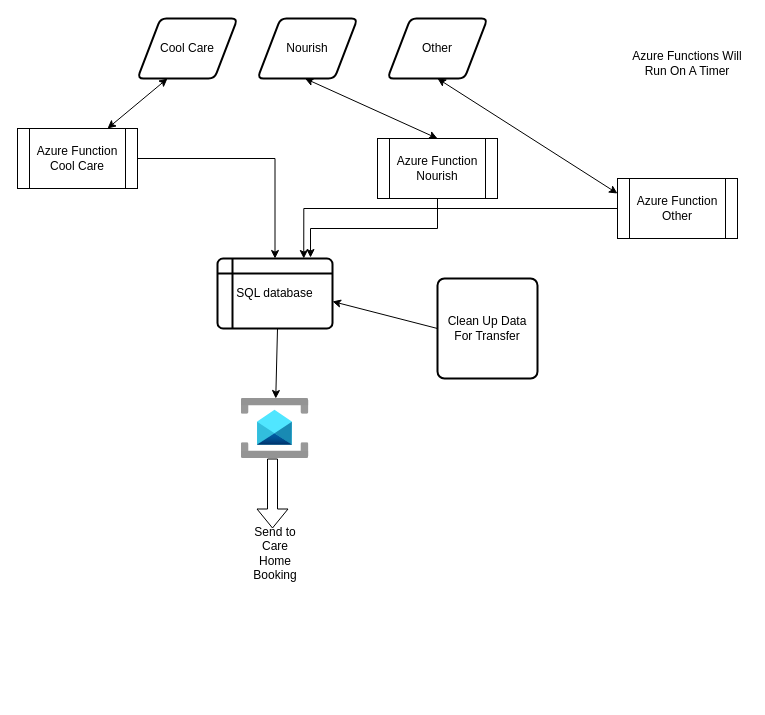
mattwatts36/drawings keeps this draw.io diagram as CareHomeBookingProcessor.drawio. Above is the earlier version. Source tidied: cells renumbered, new cells numbered last; positions are measured from the earlier drawing's top-left corner, leaving out a move shared by most shapes. Both pictures are drawn from the tidied source at 100%, with x=0, y=0 at pixel (17, 18).
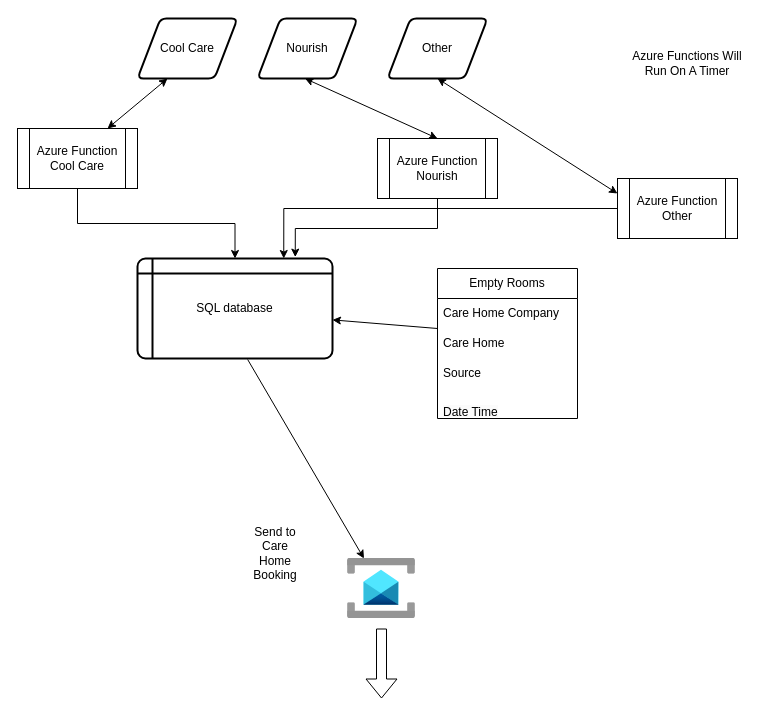
Above is the later version.

Commit message:
Added SQL Table details

The edit, as a diff of the source:
```diff
@@
     <mxCell id="5" value="SQL database" style="shape=internalStorage;whiteSpace=wrap;html=1;dx=15;dy=15;rounded=1;arcSize=8;strokeWidth=2;" parent="1" vertex="1">
-      <mxGeometry x="200" y="240" width="115" height="70" as="geometry" />
+      <mxGeometry x="120" y="240" width="195" height="100" as="geometry" />
     </mxCell>
     <mxCell id="6" style="html=1;points=[];align=center;image;fontSize=12;image=img/lib/azure2/integration/Service_Bus.svg;" parent="1" vertex="1">
-      <mxGeometry x="223.5" y="380" width="68" height="60" as="geometry" />
+      <mxGeometry x="330" y="540" width="68" height="60" as="geometry" />
     </mxCell>
@@
-    <mxCell id="8" style="endArrow=classic;html=1;rounded=0;" parent="1" edge="1" target="6">
-      <mxGeometry relative="1" as="geometry">
-        <mxPoint x="260" y="310" as="sourcePoint" />
-      </mxGeometry>
+    <mxCell id="8" style="endArrow=classic;html=1;rounded=0;exitX=0.565;exitY=1.01;exitDx=0;exitDy=0;exitPerimeter=0;" parent="1" edge="1" source="5" target="6">
+      <mxGeometry relative="1" as="geometry" />
     </mxCell>
     <mxCell id="9" style="shape=flexArrow;endArrow=classic;html=1;rounded=0;" parent="1" edge="1">
       <mxGeometry relative="1" as="geometry">
-        <mxPoint x="255" y="440" as="sourcePoint" />
-        <mxPoint x="255" y="510" as="targetPoint" />
+        <mxPoint x="364" y="610" as="sourcePoint" />
+        <mxPoint x="364" y="680" as="targetPoint" />
       </mxGeometry>
     </mxCell>
@@
-    <mxCell id="11" value="Clean Up Data For Transfer" style="rounded=1;whiteSpace=wrap;html=1;absoluteArcSize=1;arcSize=14;strokeWidth=2;" parent="1" vertex="1">
-      <mxGeometry x="420" y="260" width="100" height="100" as="geometry" />
-    </mxCell>
-    <mxCell id="12" style="endArrow=classic;html=1;rounded=0;exitX=0;exitY=0.5;exitDx=0;exitDy=0;entryX=1;entryY=0.614;entryDx=0;entryDy=0;entryPerimeter=0;" parent="1" edge="1" source="11" target="5">
-      <mxGeometry relative="1" as="geometry" />
+    <mxCell id="12" style="endArrow=classic;html=1;rounded=0;exitX=0;exitY=0.5;exitDx=0;exitDy=0;entryX=1;entryY=0.614;entryDx=0;entryDy=0;entryPerimeter=0;" parent="1" edge="1" target="5">
+      <mxGeometry relative="1" as="geometry">
+        <mxPoint x="420" y="310" as="sourcePoint" />
+      </mxGeometry>
     </mxCell>
@@
+    <mxCell id="22" value="Empty Rooms" style="swimlane;fontStyle=0;horizontal=1;startSize=30;whiteSpace=wrap;html=1;" parent="1" vertex="1">
+      <mxGeometry x="420" y="250" width="140" height="150" as="geometry" />
+    </mxCell>
+    <mxCell id="23" value="Care Home Company" style="text;strokeColor=none;fillColor=none;align=left;verticalAlign=middle;spacingLeft=4;spacingRight=4;overflow=hidden;whiteSpace=wrap;html=1;" parent="22" vertex="1">
+      <mxGeometry y="30" width="140" height="30" as="geometry" />
+    </mxCell>
+    <mxCell id="24" value="Care Home" style="text;strokeColor=none;fillColor=none;align=left;verticalAlign=middle;spacingLeft=4;spacingRight=4;overflow=hidden;whiteSpace=wrap;html=1;" parent="22" vertex="1">
+      <mxGeometry y="60" width="140" height="30" as="geometry" />
+    </mxCell>
+    <mxCell id="25" value="Source" style="text;strokeColor=none;fillColor=none;align=left;verticalAlign=middle;spacingLeft=4;spacingRight=4;overflow=hidden;whiteSpace=wrap;html=1;" parent="22" vertex="1">
+      <mxGeometry y="90" width="140" height="30" as="geometry" />
+    </mxCell>
+    <mxCell id="26" value="&#10;&lt;span style=&quot;color: rgb(0, 0, 0); font-family: Helvetica; font-size: 12px; font-style: normal; font-variant-ligatures: normal; font-variant-caps: normal; font-weight: 400; letter-spacing: normal; orphans: 2; text-align: left; text-indent: 0px; text-transform: none; widows: 2; word-spacing: 0px; -webkit-text-stroke-width: 0px; background-color: rgb(251, 251, 251); text-decoration-thickness: initial; text-decoration-style: initial; text-decoration-color: initial; float: none; display: inline !important;&quot;&gt;Date Time&lt;/span&gt;&#10;&#10;" style="text;strokeColor=none;fillColor=none;align=left;verticalAlign=middle;spacingLeft=4;spacingRight=4;overflow=hidden;whiteSpace=wrap;html=1;" parent="22" vertex="1">
+      <mxGeometry y="120" width="140" height="30" as="geometry" />
+    </mxCell>
```
